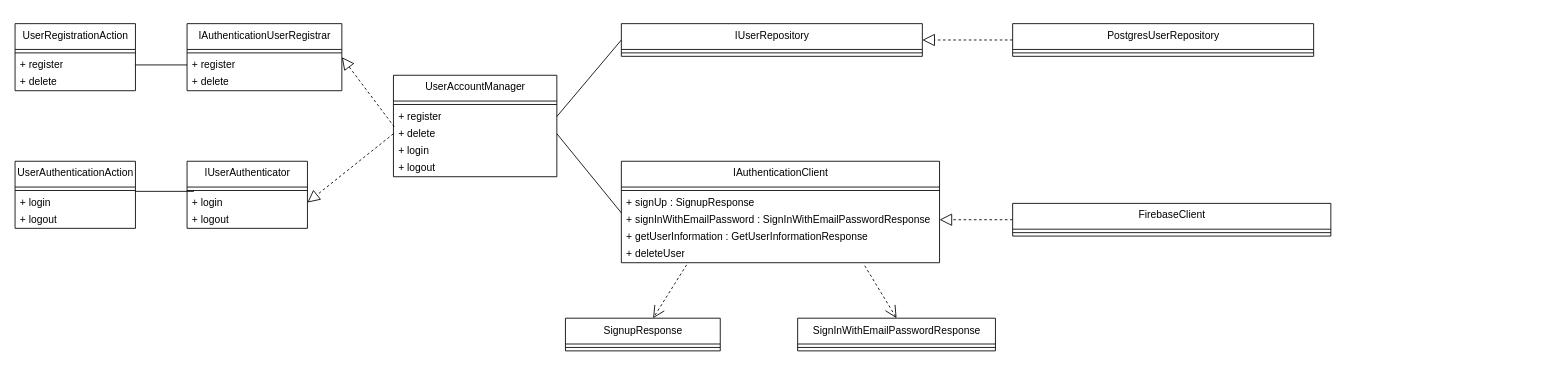
This is page "AuthenticationModule" (3 of 7) of project-designs/class-diagrams/ff14-sns.drawio from Mouwf/FF14SNS, a draw.io file, before an edit. Source tidied: cells renumbered, new cells numbered last; positions are measured from the earlier drawing's top-left corner, leaving out a move shared by most shapes. Both pictures are drawn from the tidied source at 86%, with x=0, y=0 at pixel (15, 23).
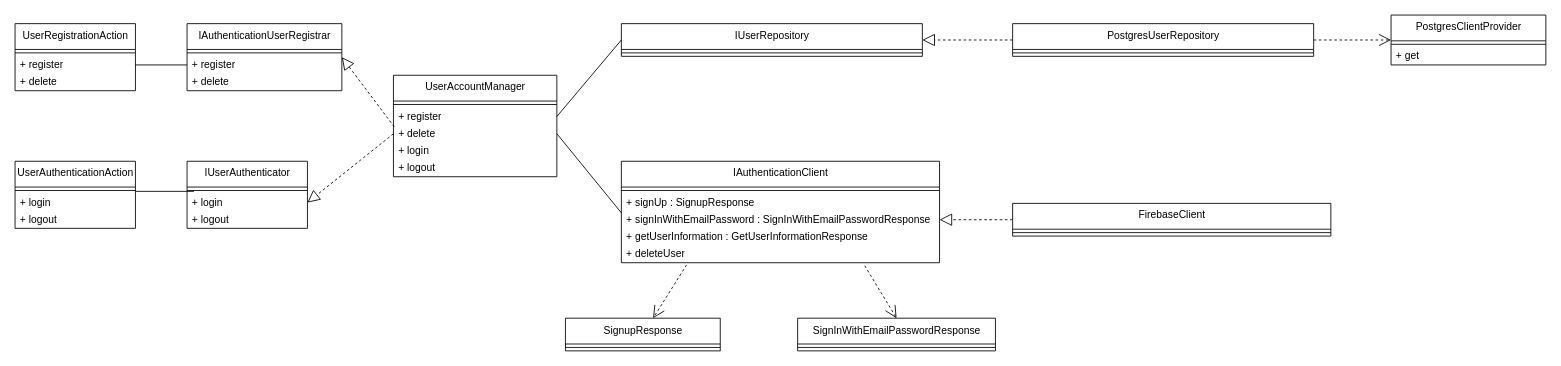
The same diagram, later.

The change refers to these unchanged cells:
```xml
<mxCell id="42" value="PostgresUserRepository" style="swimlane;fontStyle=0;align=center;verticalAlign=top;horizontal=1;startSize=30;html=1;" parent="1" vertex="1">
  <mxGeometry x="1160" width="350" height="38" as="geometry" />
</mxCell>
```

Change to the diagram source:
```diff
@@
+    <mxCell id="50" style="edgeStyle=none;html=1;exitX=1;exitY=0.5;exitDx=0;exitDy=0;entryX=0;entryY=0.5;entryDx=0;entryDy=0;dashed=1;endArrow=open;endFill=0;endSize=12;" parent="1" edge="1" source="42" target="51">
+      <mxGeometry relative="1" as="geometry" />
+    </mxCell>
@@
+    <mxCell id="51" value="PostgresClientProvider" style="swimlane;fontStyle=0;align=center;verticalAlign=top;horizontal=1;startSize=30;html=1;" parent="1" vertex="1">
+      <mxGeometry x="1600" y="-10" width="180" height="58" as="geometry" />
+    </mxCell>
+    <mxCell id="52" style="line;strokeWidth=1;fillColor=none;align=left;verticalAlign=middle;spacingTop=-1;spacingLeft=3;spacingRight=3;labelPosition=right;" parent="51" vertex="1">
+      <mxGeometry y="30" width="180" height="8" as="geometry" />
+    </mxCell>
+    <mxCell id="53" value="+ get" style="text;html=1;strokeColor=none;fillColor=none;align=left;verticalAlign=middle;spacingLeft=4;spacingRight=4;overflow=hidden;" parent="51" vertex="1">
+      <mxGeometry y="38" width="180" height="20" as="geometry" />
+    </mxCell>
```
